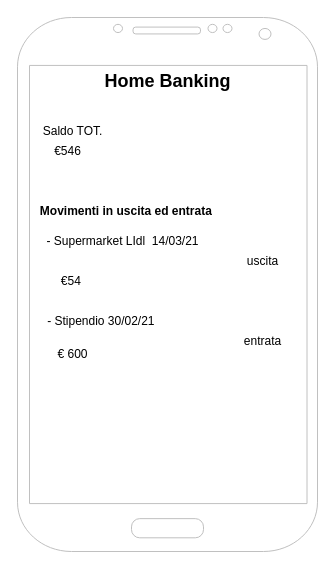
Earlier version of the draw.io diagram Wireframe.drawio (AuroraStefanin03/Homa-Banking). Source tidied: cells renumbered, new cells numbered last; positions are measured from the earlier drawing's top-left corner, leaving out a move shared by most shapes. Both pictures are drawn from the tidied source at 100%, with x=0, y=0 at pixel (17, 17).
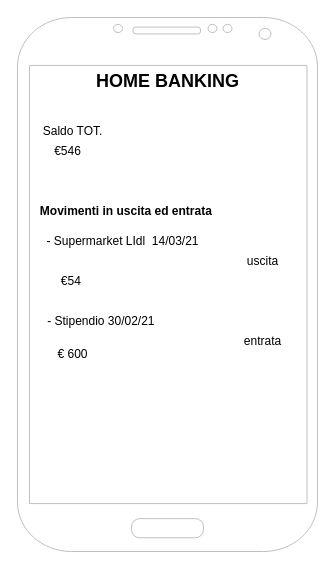
After the change.

Change to the diagram source:
```diff
@@
 <mxGraphModel background="#ffffff">
   <root>
     <mxCell id="0" />
     <mxCell id="1" parent="0" />
     <mxCell id="2" style="verticalLabelPosition=bottom;verticalAlign=top;html=1;shadow=0;dashed=0;strokeWidth=1;shape=mxgraph.android.phone2;strokeColor=#c0c0c0;" parent="1" vertex="1">
       <mxGeometry width="300" height="534" as="geometry" />
     </mxCell>
-    <mxCell id="3" value="&lt;b&gt;&lt;font style=&quot;font-size: 18px&quot;&gt;Home Banking&lt;/font&gt;&lt;/b&gt;" style="text;html=1;align=center;verticalAlign=middle;fillColor=none;strokeColor=none;rounded=0;" parent="1" vertex="1">
-      <mxGeometry x="80" y="54" width="140" height="20" as="geometry" />
+    <mxCell id="3" value="&lt;b&gt;&lt;font style=&quot;font-size: 18px&quot;&gt;HOME BANKING&lt;/font&gt;&lt;/b&gt;" style="text;html=1;align=center;verticalAlign=middle;fillColor=none;strokeColor=none;rounded=0;" parent="1" vertex="1">
+      <mxGeometry x="70" y="54" width="160" height="20" as="geometry" />
     </mxCell>
     <mxCell id="4" value="Saldo TOT." style="text;html=1;align=center;verticalAlign=middle;fillColor=none;strokeColor=none;rounded=0;" parent="1" vertex="1">
       <mxGeometry x="15" y="104" width="80" height="20" as="geometry" />
     </mxCell>
     <mxCell id="5" value="€546" style="text;html=1;align=center;verticalAlign=middle;fillColor=none;strokeColor=none;rounded=0;" parent="1" vertex="1">
       <mxGeometry x="30" y="124" width="40" height="20" as="geometry" />
     </mxCell>
     <mxCell id="6" value="&lt;b&gt;Movimenti in uscita ed entrata&amp;nbsp;&lt;/b&gt;" style="text;html=1;align=center;verticalAlign=middle;fillColor=none;strokeColor=none;rounded=0;" parent="1" vertex="1">
       <mxGeometry x="15" y="184" width="190" height="20" as="geometry" />
     </mxCell>
     <mxCell id="7" value="- Supermarket LIdl&amp;nbsp; 14/03/21&amp;nbsp; &amp;nbsp;" style="text;html=1;align=center;verticalAlign=middle;fillColor=none;strokeColor=none;rounded=0;" parent="1" vertex="1">
       <mxGeometry x="20" y="214" width="180" height="20" as="geometry" />
     </mxCell>
     <mxCell id="8" value="uscita" style="text;html=1;align=center;verticalAlign=middle;fillColor=none;strokeColor=none;rounded=0;" parent="1" vertex="1">
       <mxGeometry x="220" y="234" width="50" height="20" as="geometry" />
     </mxCell>
     <mxCell id="9" value="- Stipendio 30/02/21&amp;nbsp; &amp;nbsp;&amp;nbsp;" style="text;html=1;align=center;verticalAlign=middle;fillColor=none;strokeColor=none;rounded=0;" parent="1" vertex="1">
       <mxGeometry x="20" y="294" width="140" height="20" as="geometry" />
     </mxCell>
     <mxCell id="10" value="entrata" style="text;html=1;align=center;verticalAlign=middle;fillColor=none;strokeColor=none;rounded=0;" parent="1" vertex="1">
       <mxGeometry x="220" y="314" width="50" height="20" as="geometry" />
     </mxCell>
     <mxCell id="11" value="€54&amp;nbsp;" style="text;html=1;align=center;verticalAlign=middle;fillColor=none;strokeColor=none;rounded=0;" parent="1" vertex="1">
       <mxGeometry x="35" y="254" width="40" height="20" as="geometry" />
     </mxCell>
     <mxCell id="12" value="€ 600" style="text;html=1;align=center;verticalAlign=middle;fillColor=none;strokeColor=none;rounded=0;" parent="1" vertex="1">
       <mxGeometry x="30" y="327" width="50" height="20" as="geometry" />
     </mxCell>
   </root>
 </mxGraphModel>
```
